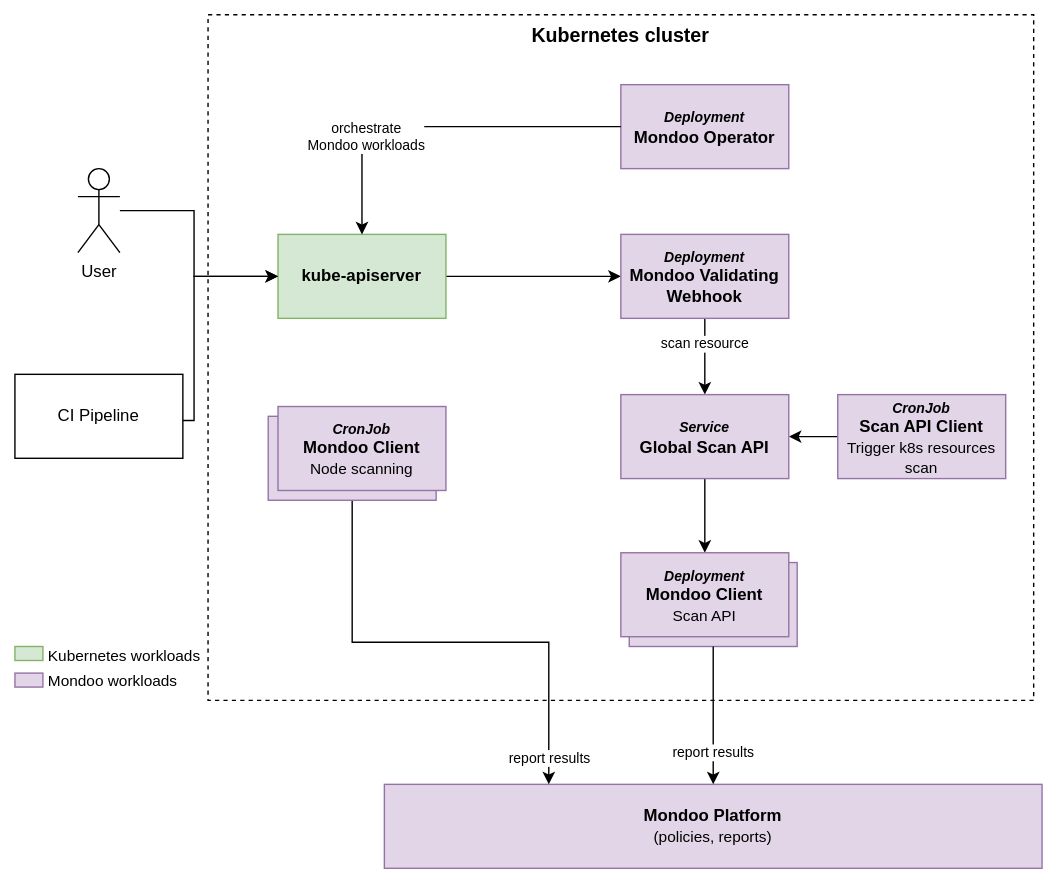
mondoohq/mondoo-operator keeps this draw.io diagram as docs/img/architecture.svg. Above is the earlier version. Source tidied: cells renumbered, new cells last; positions are measured from the earlier drawing's top-left corner, leaving out a move shared by most shapes. Source of this version:
```xml
<mxGraphModel>
  <root>
    <mxCell id="0" />
    <mxCell id="1" parent="0" />
    <mxCell id="2" value="Kubernetes cluster" style="rounded=0;whiteSpace=wrap;html=1;verticalAlign=top;fontStyle=1;fontSize=14;dashed=1;" parent="1" vertex="1">
      <mxGeometry x="138" width="590" height="490" as="geometry" />
    </mxCell>
    <mxCell id="3" value="&lt;b&gt;Mondoo Platform&lt;/b&gt;&lt;br&gt;&lt;font style=&quot;font-size: 11px;&quot;&gt;(policies, reports)&lt;/font&gt;" style="rounded=0;whiteSpace=wrap;html=1;fillColor=#e1d5e7;strokeColor=#9673a6;" parent="1" vertex="1">
      <mxGeometry x="264" y="550" width="470" height="60" as="geometry" />
    </mxCell>
    <mxCell id="4" style="edgeStyle=orthogonalEdgeStyle;rounded=0;jettySize=auto;html=1;entryX=0;entryY=0.5;entryDx=0;entryDy=0;fontSize=14;fontColor=#CC00CC;" parent="1" edge="1" source="5" target="7">
      <mxGeometry relative="1" as="geometry" />
    </mxCell>
    <mxCell id="5" value="&lt;b&gt;kube-apiserver&lt;/b&gt;" style="rounded=0;whiteSpace=wrap;html=1;fillColor=#d5e8d4;strokeColor=#82b366;" parent="1" vertex="1">
      <mxGeometry x="188" y="157" width="120" height="60" as="geometry" />
    </mxCell>
    <mxCell id="6" value="scan resource" style="edgeStyle=orthogonalEdgeStyle;rounded=0;jettySize=auto;html=1;entryX=0.5;entryY=0;entryDx=0;entryDy=0;fontSize=10;fontColor=#000000;" parent="1" edge="1" source="7" target="21">
      <mxGeometry x="-0.35" relative="1" as="geometry" />
    </mxCell>
    <mxCell id="7" value="&lt;b style=&quot;&quot;&gt;&lt;i style=&quot;font-size: 10px;&quot;&gt;Deployment&lt;/i&gt;&lt;br&gt;&lt;font style=&quot;font-size: 12px;&quot;&gt;Mondoo Validating Webhook&lt;/font&gt;&lt;/b&gt;" style="rounded=0;whiteSpace=wrap;html=1;fillColor=#e1d5e7;strokeColor=#9673a6;" parent="1" vertex="1">
      <mxGeometry x="433" y="157" width="120" height="60" as="geometry" />
    </mxCell>
    <mxCell id="8" style="edgeStyle=orthogonalEdgeStyle;rounded=0;jettySize=auto;html=1;entryX=1;entryY=0.5;entryDx=0;entryDy=0;fontSize=10;" parent="1" edge="1" source="9" target="21">
      <mxGeometry relative="1" as="geometry" />
    </mxCell>
    <mxCell id="9" value="&lt;b style=&quot;&quot;&gt;&lt;font style=&quot;&quot;&gt;&lt;i style=&quot;&quot;&gt;&lt;font style=&quot;font-size: 10px;&quot;&gt;CronJob&lt;/font&gt;&lt;/i&gt;&lt;br&gt;Scan API Client&lt;br&gt;&lt;/font&gt;&lt;/b&gt;&lt;font style=&quot;font-size: 11px;&quot;&gt;Trigger k8s resources scan&lt;/font&gt;" style="rounded=0;whiteSpace=wrap;html=1;fillColor=#e1d5e7;strokeColor=#9673a6;" parent="1" vertex="1">
      <mxGeometry x="588" y="271.5" width="120" height="60" as="geometry" />
    </mxCell>
    <mxCell id="10" style="edgeStyle=orthogonalEdgeStyle;rounded=0;jettySize=auto;html=1;entryX=0;entryY=0.5;entryDx=0;entryDy=0;fontSize=14;" parent="1" edge="1" source="11" target="5">
      <mxGeometry relative="1" as="geometry">
        <Array as="points">
          <mxPoint x="128" y="140" />
          <mxPoint x="128" y="187" />
        </Array>
      </mxGeometry>
    </mxCell>
    <mxCell id="11" value="User" style="shape=umlActor;verticalLabelPosition=bottom;verticalAlign=top;html=1;outlineConnect=0;" parent="1" vertex="1">
      <mxGeometry x="45" y="110" width="30" height="60" as="geometry" />
    </mxCell>
    <mxCell id="12" style="edgeStyle=orthogonalEdgeStyle;rounded=0;jettySize=auto;html=1;entryX=0;entryY=0.5;entryDx=0;entryDy=0;fontSize=14;" parent="1" edge="1" source="13" target="5">
      <mxGeometry relative="1" as="geometry">
        <Array as="points">
          <mxPoint x="128" y="290" />
          <mxPoint x="128" y="187" />
        </Array>
      </mxGeometry>
    </mxCell>
    <mxCell id="13" value="CI Pipeline" style="rounded=0;whiteSpace=wrap;html=1;" parent="1" vertex="1">
      <mxGeometry y="257" width="120" height="60" as="geometry" />
    </mxCell>
    <mxCell id="14" value="&lt;b style=&quot;&quot;&gt;&lt;i style=&quot;font-size: 10px;&quot;&gt;Deployment&lt;/i&gt;&lt;br&gt;&lt;font style=&quot;font-size: 12px;&quot;&gt;Mondoo Operator&lt;/font&gt;&lt;/b&gt;" style="rounded=0;whiteSpace=wrap;html=1;fillColor=#e1d5e7;strokeColor=#9673a6;" parent="1" vertex="1">
      <mxGeometry x="433" y="50" width="120" height="60" as="geometry" />
    </mxCell>
    <mxCell id="15" style="rounded=0;whiteSpace=wrap;html=1;fontSize=14;fillColor=#d5e8d4;strokeColor=#82b366;" parent="1" vertex="1">
      <mxGeometry y="451.5" width="20" height="10" as="geometry" />
    </mxCell>
    <mxCell id="16" value="Kubernetes workloads" style="text;html=1;strokeColor=none;fillColor=none;align=left;verticalAlign=middle;whiteSpace=wrap;rounded=0;fontSize=11;fontColor=#000000;" parent="1" vertex="1">
      <mxGeometry x="22" y="450" width="138" height="15" as="geometry" />
    </mxCell>
    <mxCell id="17" style="rounded=0;whiteSpace=wrap;html=1;fontSize=14;fillColor=#e1d5e7;strokeColor=#9673a6;" parent="1" vertex="1">
      <mxGeometry y="470.5" width="20" height="10" as="geometry" />
    </mxCell>
    <mxCell id="18" value="Mondoo workloads" style="text;html=1;strokeColor=none;fillColor=none;align=left;verticalAlign=middle;whiteSpace=wrap;rounded=0;fontSize=11;fontColor=#000000;" parent="1" vertex="1">
      <mxGeometry x="22" y="468" width="138" height="15" as="geometry" />
    </mxCell>
    <mxCell id="19" value="orchestrate &lt;br style=&quot;font-size: 10px;&quot;&gt;Mondoo workloads" style="endArrow=classic;html=1;rounded=0;labelBorderColor=none;fontSize=10;fontColor=#000000;exitX=0;exitY=0.5;exitDx=0;exitDy=0;entryX=0.5;entryY=0;entryDx=0;entryDy=0;" parent="1" edge="1" source="14" target="5">
      <mxGeometry x="0.46" y="3" relative="1" as="geometry">
        <Array as="points">
          <mxPoint x="248" y="80" />
        </Array>
      </mxGeometry>
    </mxCell>
    <mxCell id="20" style="edgeStyle=orthogonalEdgeStyle;rounded=0;jettySize=auto;html=1;entryX=0.5;entryY=0;entryDx=0;entryDy=0;fontSize=10;" parent="1" edge="1" source="21" target="23">
      <mxGeometry relative="1" as="geometry" />
    </mxCell>
    <mxCell id="21" value="&lt;b style=&quot;&quot;&gt;&lt;i style=&quot;font-size: 10px;&quot;&gt;Service&lt;/i&gt;&lt;/b&gt;&lt;font style=&quot;font-size: 12px;&quot;&gt;&lt;br&gt;&lt;/font&gt;&lt;font size=&quot;1&quot; style=&quot;&quot;&gt;&lt;b style=&quot;font-size: 12px;&quot;&gt;Global Scan API&lt;/b&gt;&lt;/font&gt;" style="rounded=0;whiteSpace=wrap;html=1;fillColor=#e1d5e7;strokeColor=#9673a6;" parent="1" vertex="1">
      <mxGeometry x="433" y="271.5" width="120" height="60" as="geometry" />
    </mxCell>
    <mxCell id="22" value="&lt;b style=&quot;&quot;&gt;&lt;i style=&quot;font-size: 10px;&quot;&gt;DaemonSet&lt;/i&gt;&lt;br&gt;&lt;font style=&quot;font-size: 12px;&quot;&gt;Mondoo Client&lt;/font&gt;&lt;/b&gt;&lt;font style=&quot;font-size: 12px;&quot;&gt;&lt;br&gt;&lt;/font&gt;&lt;font style=&quot;font-size: 11px;&quot;&gt;Scan API&lt;/font&gt;" style="rounded=0;whiteSpace=wrap;html=1;fillColor=#e1d5e7;strokeColor=#9673a6;" parent="1" vertex="1">
      <mxGeometry x="439" y="391.5" width="120" height="60" as="geometry" />
    </mxCell>
    <mxCell id="23" value="&lt;b style=&quot;&quot;&gt;&lt;i style=&quot;font-size: 10px;&quot;&gt;Deployment&lt;/i&gt;&lt;br&gt;&lt;font style=&quot;font-size: 12px;&quot;&gt;Mondoo Client&lt;/font&gt;&lt;/b&gt;&lt;font style=&quot;font-size: 12px;&quot;&gt;&lt;br&gt;&lt;/font&gt;&lt;font style=&quot;font-size: 11px;&quot;&gt;Scan API&lt;/font&gt;" style="rounded=0;whiteSpace=wrap;html=1;fillColor=#e1d5e7;strokeColor=#9673a6;" parent="1" vertex="1">
      <mxGeometry x="433" y="384.5" width="120" height="60" as="geometry" />
    </mxCell>
    <mxCell id="24" value="report results" style="edgeStyle=orthogonalEdgeStyle;rounded=0;jettySize=auto;html=1;entryX=0.5;entryY=0;entryDx=0;entryDy=0;fontSize=10;exitX=0.5;exitY=1;exitDx=0;exitDy=0;" parent="1" edge="1" source="22" target="3">
      <mxGeometry x="0.52" relative="1" as="geometry" />
    </mxCell>
    <mxCell id="25" value="report results" style="edgeStyle=orthogonalEdgeStyle;rounded=0;jettySize=auto;html=1;entryX=0.25;entryY=0;entryDx=0;entryDy=0;fontSize=10;" parent="1" edge="1" source="26" target="3">
      <mxGeometry x="0.88" relative="1" as="geometry" />
    </mxCell>
    <mxCell id="26" value="&lt;b&gt;&lt;i&gt;CronJob&lt;/i&gt;&lt;br&gt;Mondoo Client&lt;/b&gt;&lt;br&gt;Node scanning" style="rounded=0;whiteSpace=wrap;html=1;fillColor=#e1d5e7;strokeColor=#9673a6;" parent="1" vertex="1">
      <mxGeometry x="181" y="287" width="120" height="60" as="geometry" />
    </mxCell>
    <mxCell id="27" value="&lt;b style=&quot;&quot;&gt;&lt;i style=&quot;font-size: 10px;&quot;&gt;CronJob&lt;/i&gt;&lt;br&gt;&lt;font style=&quot;font-size: 12px;&quot;&gt;Mondoo Client&lt;/font&gt;&lt;/b&gt;&lt;font style=&quot;font-size: 12px;&quot;&gt;&lt;br&gt;&lt;/font&gt;&lt;font style=&quot;font-size: 11px;&quot;&gt;Node scanning&lt;/font&gt;" style="rounded=0;whiteSpace=wrap;html=1;fillColor=#e1d5e7;strokeColor=#9673a6;" parent="1" vertex="1">
      <mxGeometry x="188" y="280" width="120" height="60" as="geometry" />
    </mxCell>
  </root>
</mxGraphModel>
```
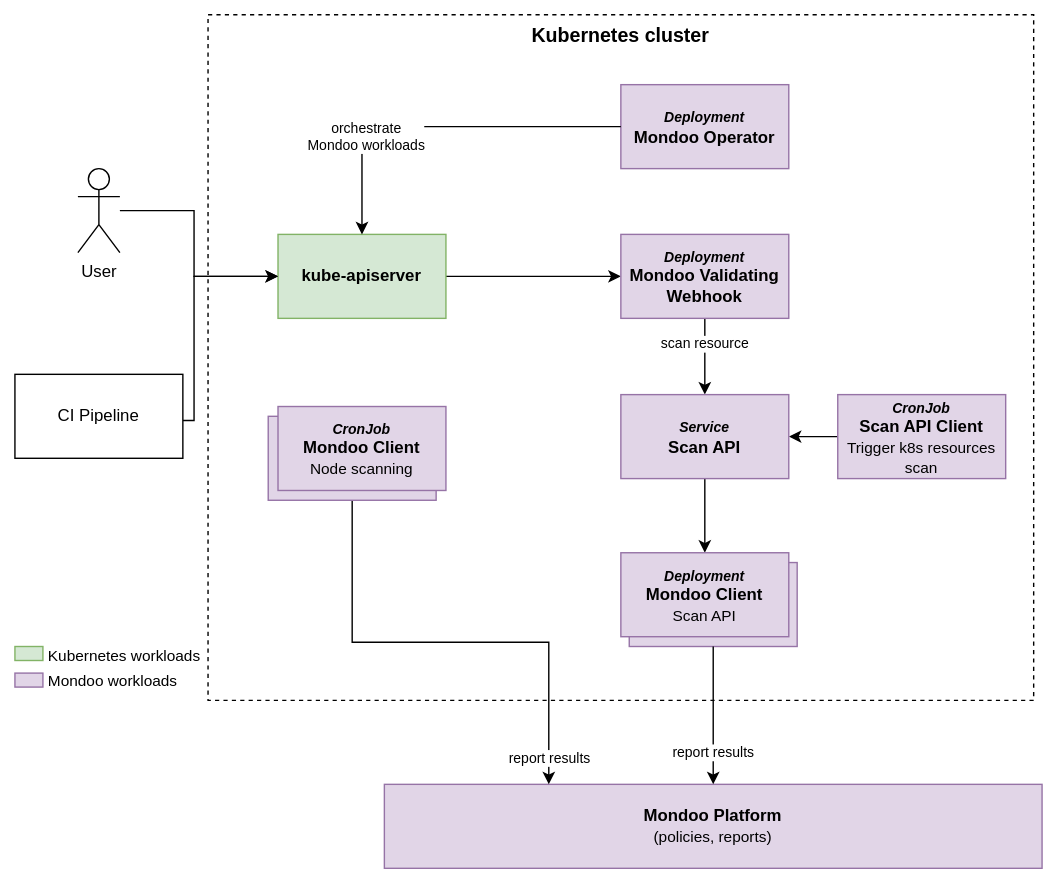
After the commit.

Commit message:
do not talk about global scan API service in architecture diagram

What changed in the source:
```diff
@@ -73,7 +73,7 @@
     <mxCell id="20" style="edgeStyle=orthogonalEdgeStyle;rounded=0;jettySize=auto;html=1;entryX=0.5;entryY=0;entryDx=0;entryDy=0;fontSize=10;" parent="1" edge="1" source="21" target="23">
       <mxGeometry relative="1" as="geometry" />
     </mxCell>
-    <mxCell id="21" value="&lt;b style=&quot;&quot;&gt;&lt;i style=&quot;font-size: 10px;&quot;&gt;Service&lt;/i&gt;&lt;/b&gt;&lt;font style=&quot;font-size: 12px;&quot;&gt;&lt;br&gt;&lt;/font&gt;&lt;font size=&quot;1&quot; style=&quot;&quot;&gt;&lt;b style=&quot;font-size: 12px;&quot;&gt;Global Scan API&lt;/b&gt;&lt;/font&gt;" style="rounded=0;whiteSpace=wrap;html=1;fillColor=#e1d5e7;strokeColor=#9673a6;" parent="1" vertex="1">
+    <mxCell id="21" value="&lt;b style=&quot;&quot;&gt;&lt;i style=&quot;font-size: 10px;&quot;&gt;Service&lt;/i&gt;&lt;/b&gt;&lt;font style=&quot;font-size: 12px;&quot;&gt;&lt;br&gt;&lt;/font&gt;&lt;font size=&quot;1&quot; style=&quot;&quot;&gt;&lt;b style=&quot;font-size: 12px;&quot;&gt;Scan API&lt;/b&gt;&lt;/font&gt;" style="rounded=0;whiteSpace=wrap;html=1;fillColor=#e1d5e7;strokeColor=#9673a6;" parent="1" vertex="1">
       <mxGeometry x="433" y="271.5" width="120" height="60" as="geometry" />
     </mxCell>
     <mxCell id="22" value="&lt;b style=&quot;&quot;&gt;&lt;i style=&quot;font-size: 10px;&quot;&gt;DaemonSet&lt;/i&gt;&lt;br&gt;&lt;font style=&quot;font-size: 12px;&quot;&gt;Mondoo Client&lt;/font&gt;&lt;/b&gt;&lt;font style=&quot;font-size: 12px;&quot;&gt;&lt;br&gt;&lt;/font&gt;&lt;font style=&quot;font-size: 11px;&quot;&gt;Scan API&lt;/font&gt;" style="rounded=0;whiteSpace=wrap;html=1;fillColor=#e1d5e7;strokeColor=#9673a6;" parent="1" vertex="1">
```
